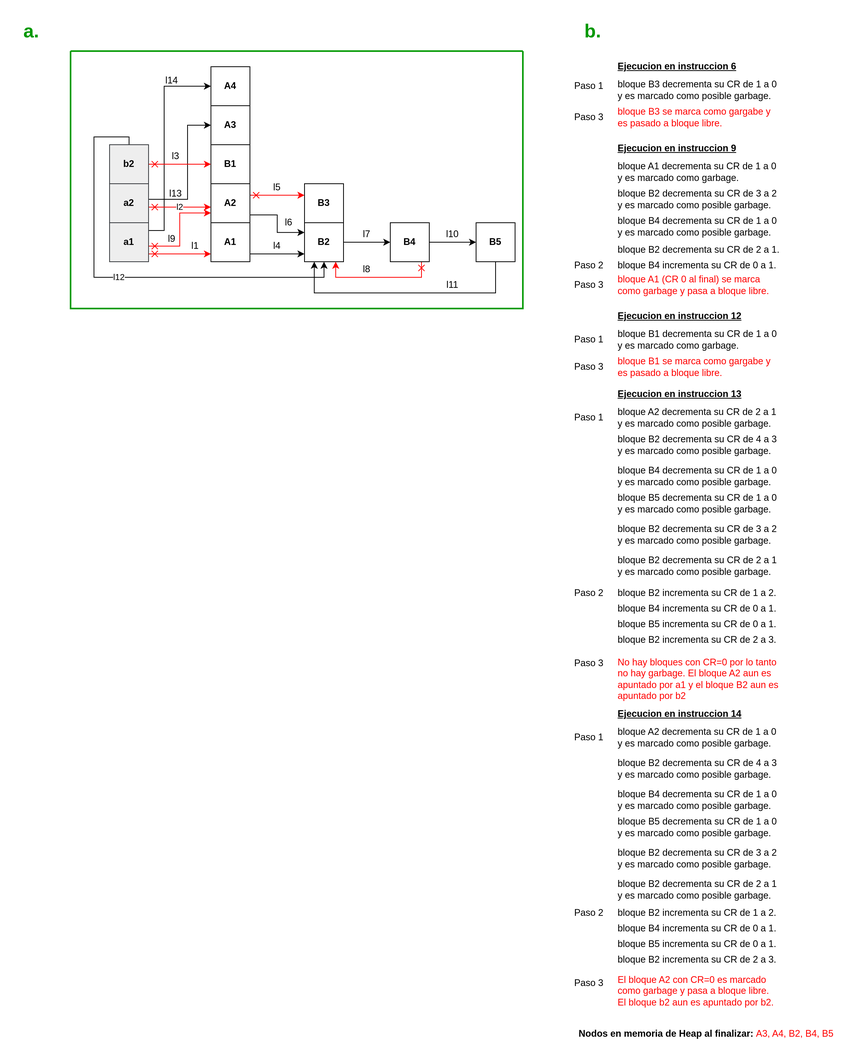
Above: TP4/Ej6.drawio.png in nachoperna/Lenguajes-y-Paradigmas (draw.io), before the change. Source tidied: cells renumbered, new cells last; positions are measured from the earlier drawing's top-left corner, leaving out a move shared by most shapes.
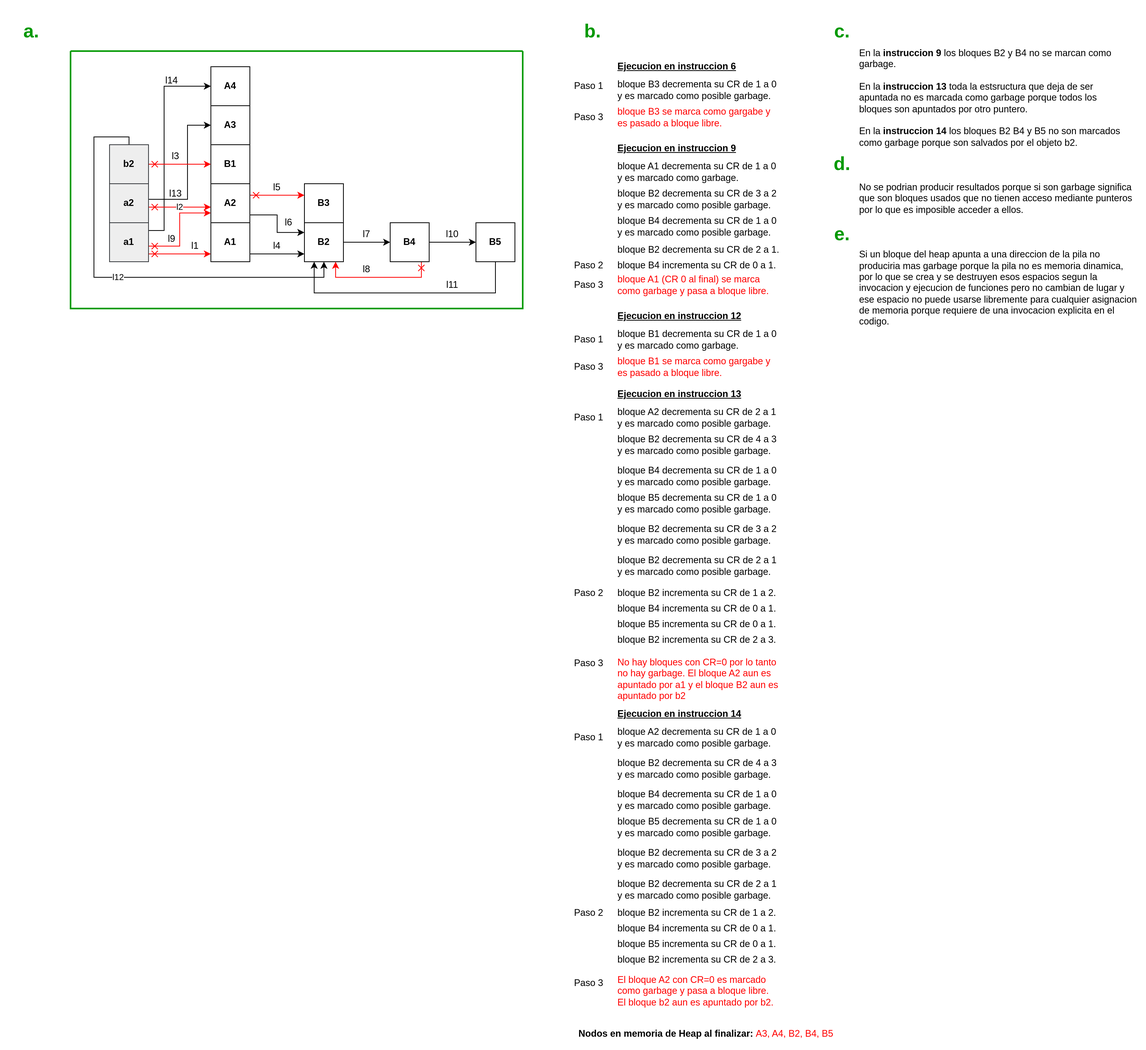
The same diagram one commit later.

The edit, as a diff of the source:
```diff
@@ -329,5 +329,23 @@
     <mxCell id="92" value="&lt;b style=&quot;&quot;&gt;Nodos en memoria de Heap al finalizar: &lt;/b&gt;&lt;font style=&quot;color: rgb(255, 0, 0);&quot;&gt;A3, A4, B2, B4, B5&lt;/font&gt;" style="text;strokeColor=none;align=left;fillColor=none;html=1;verticalAlign=middle;whiteSpace=wrap;rounded=0;" parent="1" vertex="1">
       <mxGeometry x="730" y="1290" width="340" height="20" as="geometry" />
     </mxCell>
+    <mxCell id="93" value="&lt;h1&gt;&lt;font style=&quot;color: rgb(0, 153, 0);&quot;&gt;c.&lt;/font&gt;&lt;/h1&gt;" style="text;strokeColor=none;align=center;fillColor=none;html=1;verticalAlign=middle;whiteSpace=wrap;rounded=0;" parent="1" vertex="1">
+      <mxGeometry x="1040" width="60" height="30" as="geometry" />
+    </mxCell>
+    <mxCell id="94" value="En la &lt;b&gt;instruccion 9&lt;/b&gt; los bloques B2 y B4 no se marcan como garbage.&lt;div&gt;&lt;br&gt;&lt;/div&gt;&lt;div&gt;En la &lt;b&gt;instruccion 13&lt;/b&gt; toda la estsructura que deja de ser apuntada no es marcada como garbage porque todos los bloques son apuntados por otro puntero.&lt;/div&gt;&lt;div&gt;&lt;br&gt;&lt;/div&gt;&lt;div&gt;En la &lt;b&gt;instruccion 14&lt;/b&gt; los bloques B2 B4 y B5 no son marcados como garbage porque son salvados por el objeto b2.&lt;/div&gt;" style="text;strokeColor=none;align=left;fillColor=none;html=1;verticalAlign=middle;whiteSpace=wrap;rounded=0;" parent="1" vertex="1">
+      <mxGeometry x="1090" y="25" width="340" height="150" as="geometry" />
+    </mxCell>
+    <mxCell id="95" value="&lt;h1&gt;&lt;font style=&quot;color: rgb(0, 153, 0);&quot;&gt;d.&lt;/font&gt;&lt;/h1&gt;" style="text;strokeColor=none;align=center;fillColor=none;html=1;verticalAlign=middle;whiteSpace=wrap;rounded=0;" parent="1" vertex="1">
+      <mxGeometry x="1040" y="170" width="60" height="30" as="geometry" />
+    </mxCell>
+    <mxCell id="96" value="No se podrian producir resultados porque si son garbage significa que son bloques usados que no tienen acceso mediante punteros por lo que es imposible acceder a ellos." style="text;strokeColor=none;align=left;fillColor=none;html=1;verticalAlign=middle;whiteSpace=wrap;rounded=0;" parent="1" vertex="1">
+      <mxGeometry x="1090" y="198" width="360" height="62" as="geometry" />
+    </mxCell>
+    <mxCell id="97" value="&lt;h1&gt;&lt;font style=&quot;color: rgb(0, 153, 0);&quot;&gt;e.&lt;/font&gt;&lt;/h1&gt;" style="text;strokeColor=none;align=center;fillColor=none;html=1;verticalAlign=middle;whiteSpace=wrap;rounded=0;" parent="1" vertex="1">
+      <mxGeometry x="1040" y="260" width="60" height="30" as="geometry" />
+    </mxCell>
+    <mxCell id="98" value="Si un bloque del heap apunta a una direccion de la pila no produciria mas garbage porque la pila no es memoria dinamica, por lo que se crea y se destruyen esos espacios segun la invocacion y ejecucion de funciones pero no cambian de lugar y ese espacio no puede usarse libremente para cualquier asignacion de memoria porque requiere de una invocacion explicita en el codigo." style="text;strokeColor=none;align=left;fillColor=none;html=1;verticalAlign=middle;whiteSpace=wrap;rounded=0;" parent="1" vertex="1">
+      <mxGeometry x="1090" y="288" width="360" height="112" as="geometry" />
+    </mxCell>
   </root>
 </mxGraphModel>
```
